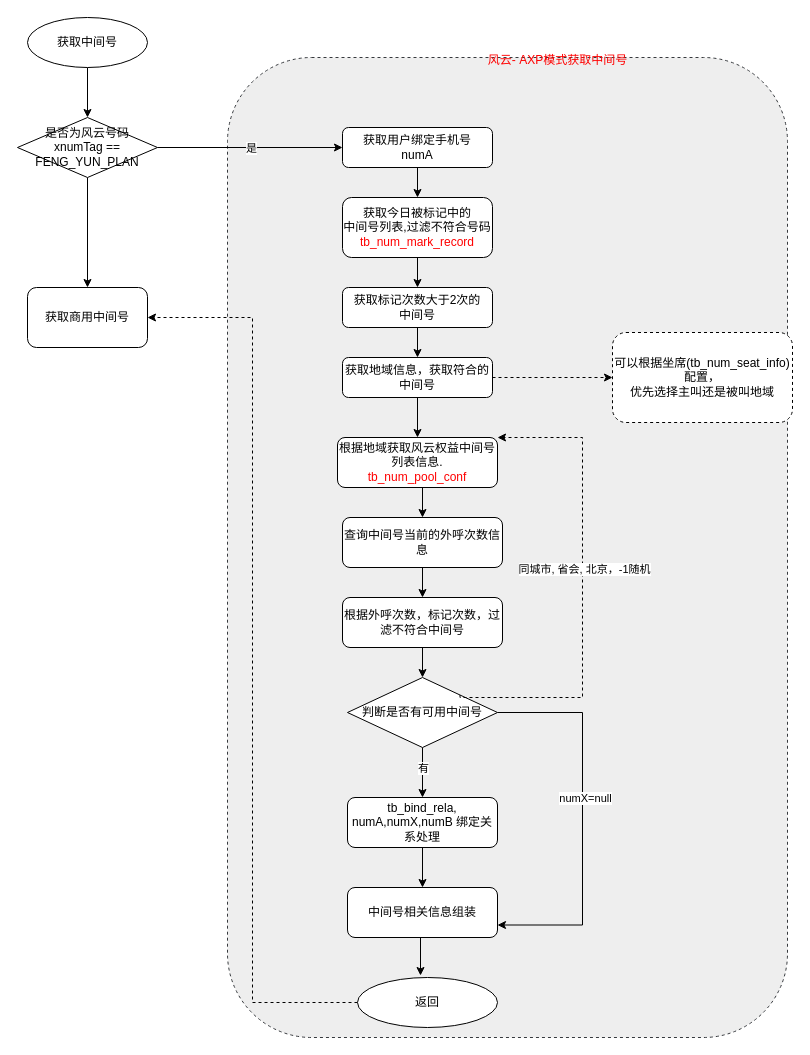
Before: page "第 4 页" (4 of 5) of 3汇报.drawio in zhaoxiangchun/myMarkdownImg, a draw.io diagram. Source tidied: cells renumbered, new cells numbered last; positions are measured from the earlier drawing's top-left corner, leaving out a move shared by most shapes. Both pictures are drawn from the tidied source at 100%, with x=0, y=0 at pixel (17, 17).
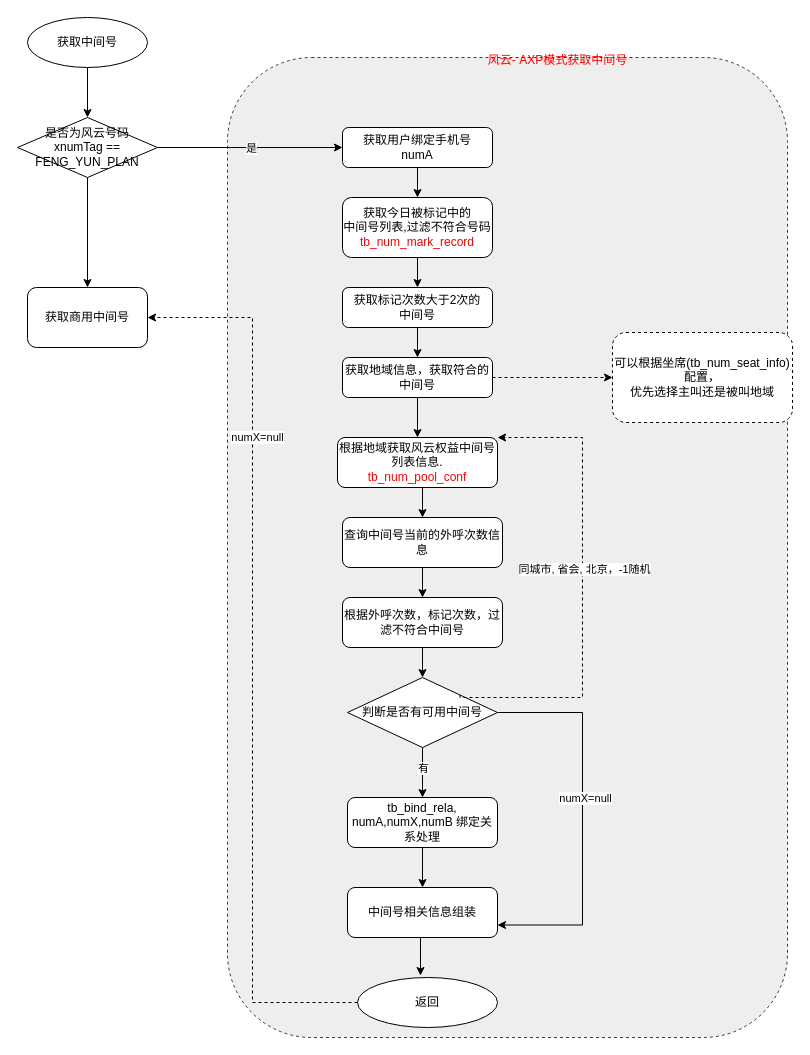
The same page after the edit.

The change refers to these unchanged cells:
```xml
<mxCell id="35" style="edgeStyle=orthogonalEdgeStyle;rounded=0;jettySize=auto;html=1;exitX=0;exitY=0.5;exitDx=0;exitDy=0;entryX=1;entryY=0.5;entryDx=0;entryDy=0;dashed=1;" parent="1" edge="1" source="36" target="38">
  <mxGeometry relative="1" as="geometry" />
</mxCell>
```

What changed in the source:
```diff
@@
+    <mxCell id="40" value="numX=null" style="edgeLabel;html=1;align=center;verticalAlign=middle;" parent="35" vertex="1">
+      <mxGeometry x="0.5" y="-4" relative="1" as="geometry" />
+    </mxCell>
```
